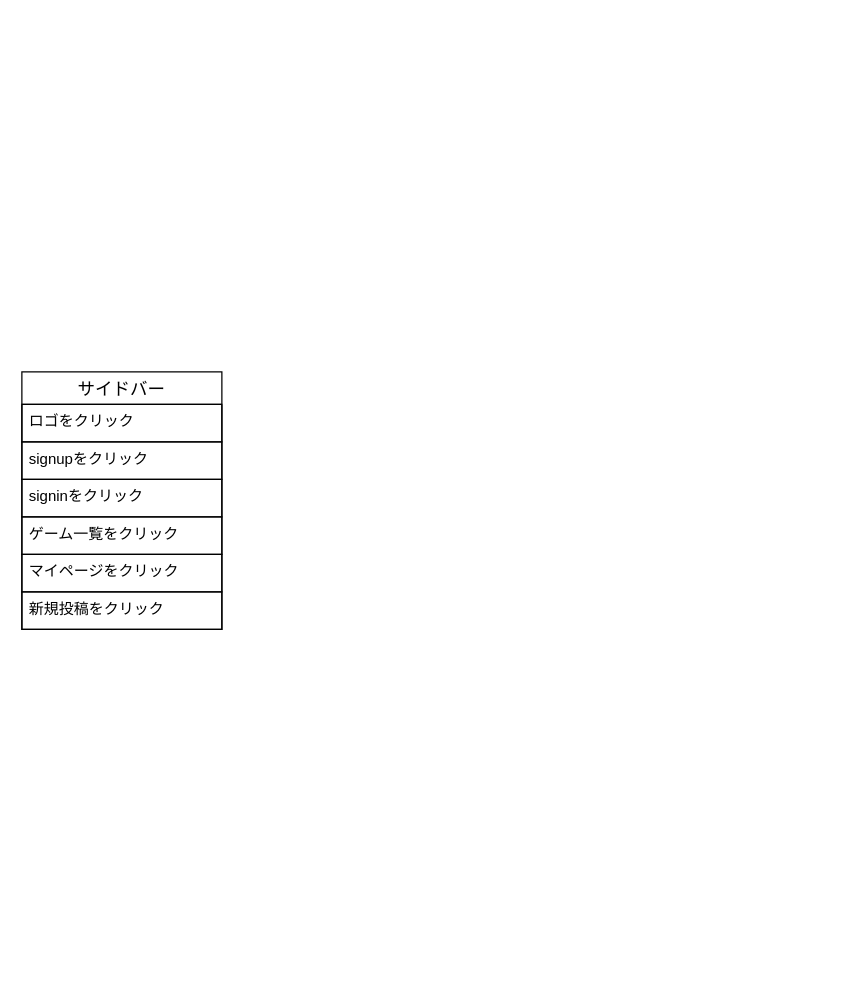
The draw.io diagram GRG.drawio in kuropAqn/grg, before the edit. Source tidied: cells renumbered, new cells numbered last; positions are measured from the earlier drawing's top-left corner, leaving out a move shared by most shapes. Both pictures are drawn from the tidied source at 125%, with x=0, y=0 at pixel (21, 371).
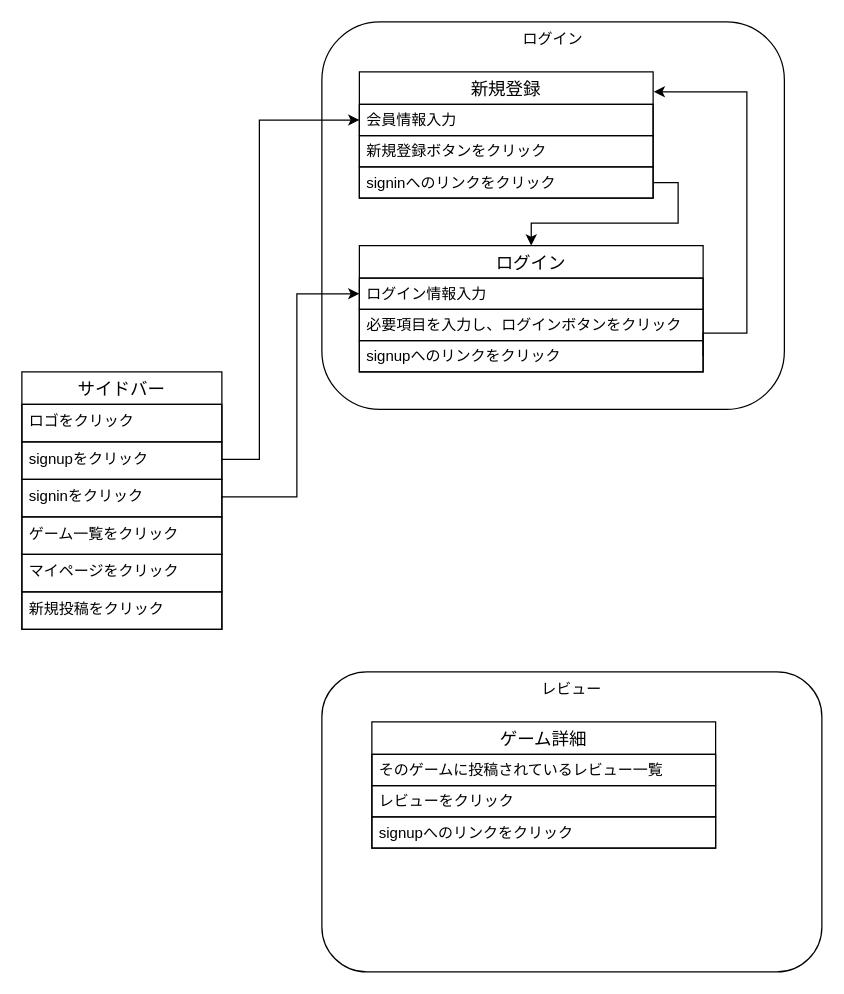
The same page after the edit.

Commit message:
GRG.drawio を更新します

Unchanged cells that the change refers to:
```xml
<mxCell id="4" value="signupをクリック" style="text;strokeColor=default;fillColor=none;spacingLeft=4;spacingRight=4;overflow=hidden;points=[[0,0.5],[1,0.5]];portConstraint=eastwest;fontSize=12;whiteSpace=wrap;html=1;" parent="2" vertex="1">
  <mxGeometry y="56" width="160" height="30" as="geometry" />
</mxCell>
<mxCell id="5" value="signinをクリック" style="text;strokeColor=default;fillColor=none;spacingLeft=4;spacingRight=4;overflow=hidden;points=[[0,0.5],[1,0.5]];portConstraint=eastwest;fontSize=12;whiteSpace=wrap;html=1;" parent="2" vertex="1">
  <mxGeometry y="86" width="160" height="30" as="geometry" />
</mxCell>
```

Diff of the diagram source:
```diff
@@
+    <mxCell id="9" value="ログイン" style="whiteSpace=wrap;html=1;verticalAlign=top;align=center;rounded=1;" parent="1" vertex="1">
+      <mxGeometry x="240" y="-280" width="370" height="310" as="geometry" />
+    </mxCell>
+    <mxCell id="10" value="新規登録" style="swimlane;fontStyle=0;horizontal=1;startSize=26;align=center;fontSize=14;" parent="1" vertex="1">
+      <mxGeometry x="270" y="-240" width="235" height="101" as="geometry" />
+    </mxCell>
+    <mxCell id="11" value="会員情報入力" style="text;strokeColor=default;fillColor=none;spacingLeft=4;spacingRight=4;overflow=hidden;points=[[0,0.5],[1,0.5]];portConstraint=eastwest;fontSize=12;whiteSpace=wrap;html=1;verticalAlign=middle;align=left;" parent="10" vertex="1">
+      <mxGeometry y="26" width="235" height="25" as="geometry" />
+    </mxCell>
+    <mxCell id="12" value="新規登録ボタンをクリック" style="text;strokeColor=default;fillColor=none;spacingLeft=4;spacingRight=4;overflow=hidden;fontSize=12;whiteSpace=wrap;html=1;verticalAlign=middle;align=left;" parent="10" vertex="1">
+      <mxGeometry y="51" width="235" height="25" as="geometry" />
+    </mxCell>
+    <mxCell id="13" value="signinへのリンクをクリック" style="text;strokeColor=default;fillColor=none;spacingLeft=4;spacingRight=4;overflow=hidden;points=[[0,0.5],[1,0.5]];portConstraint=eastwest;fontSize=12;whiteSpace=wrap;html=1;verticalAlign=middle;align=left;" parent="10" vertex="1">
+      <mxGeometry y="76" width="235" height="25" as="geometry" />
+    </mxCell>
+    <mxCell id="14" value="ログイン" style="swimlane;fontStyle=0;horizontal=1;startSize=26;align=center;fontSize=14;" parent="1" vertex="1">
+      <mxGeometry x="270" y="-101" width="275" height="101" as="geometry" />
+    </mxCell>
+    <mxCell id="15" value="ログイン情報入力" style="text;strokeColor=default;fillColor=none;spacingLeft=4;spacingRight=4;overflow=hidden;points=[[0,0.5],[1,0.5]];portConstraint=eastwest;fontSize=12;whiteSpace=wrap;html=1;verticalAlign=middle;align=left;" parent="14" vertex="1">
+      <mxGeometry y="26" width="275" height="25" as="geometry" />
+    </mxCell>
+    <mxCell id="16" value="必要項目を入力し、ログインボタンをクリック" style="text;strokeColor=default;fillColor=none;spacingLeft=4;spacingRight=4;overflow=hidden;fontSize=12;whiteSpace=wrap;html=1;verticalAlign=middle;align=left;" parent="14" vertex="1">
+      <mxGeometry y="51" width="275" height="25" as="geometry" />
+    </mxCell>
+    <mxCell id="17" value="signupへのリンクをクリック" style="text;strokeColor=default;fillColor=none;spacingLeft=4;spacingRight=4;overflow=hidden;points=[[0,0.5],[1,0.5]];portConstraint=eastwest;fontSize=12;whiteSpace=wrap;html=1;verticalAlign=middle;align=left;" parent="14" vertex="1">
+      <mxGeometry y="76" width="275" height="25" as="geometry" />
+    </mxCell>
+    <mxCell id="18" style="edgeStyle=orthogonalEdgeStyle;rounded=0;jettySize=auto;html=1;exitX=1;exitY=0.5;exitDx=0;exitDy=0;entryX=0;entryY=0.5;entryDx=0;entryDy=0;" parent="1" edge="1" source="4" target="11">
+      <mxGeometry relative="1" as="geometry">
+        <Array as="points">
+          <mxPoint x="190" y="70" />
+          <mxPoint x="190" y="-201" />
+        </Array>
+      </mxGeometry>
+    </mxCell>
+    <mxCell id="19" style="edgeStyle=orthogonalEdgeStyle;rounded=0;jettySize=auto;html=1;exitX=1;exitY=0.5;exitDx=0;exitDy=0;entryX=0;entryY=0.5;entryDx=0;entryDy=0;" parent="1" edge="1" source="5" target="15">
+      <mxGeometry relative="1" as="geometry">
+        <Array as="points">
+          <mxPoint x="220" y="100" />
+          <mxPoint x="220" y="-62" />
+        </Array>
+      </mxGeometry>
+    </mxCell>
+    <mxCell id="20" style="edgeStyle=orthogonalEdgeStyle;rounded=0;jettySize=auto;html=1;exitX=1;exitY=0.5;exitDx=0;exitDy=0;entryX=0.5;entryY=0;entryDx=0;entryDy=0;" parent="1" edge="1" source="13" target="14">
+      <mxGeometry relative="1" as="geometry" />
+    </mxCell>
+    <mxCell id="21" style="edgeStyle=orthogonalEdgeStyle;rounded=0;jettySize=auto;html=1;exitX=1;exitY=0.5;exitDx=0;exitDy=0;entryX=1.002;entryY=0.158;entryDx=0;entryDy=0;entryPerimeter=0;" parent="1" edge="1" source="17" target="10">
+      <mxGeometry relative="1" as="geometry">
+        <Array as="points">
+          <mxPoint x="545" y="-31" />
+          <mxPoint x="580" y="-31" />
+          <mxPoint x="580" y="-224" />
+        </Array>
+      </mxGeometry>
+    </mxCell>
+    <mxCell id="22" value="レビュー" style="rounded=1;whiteSpace=wrap;html=1;verticalAlign=top;" parent="1" vertex="1">
+      <mxGeometry x="240" y="240" width="400" height="240" as="geometry" />
+    </mxCell>
+    <mxCell id="23" value="ゲーム詳細" style="swimlane;fontStyle=0;horizontal=1;startSize=26;align=center;fontSize=14;" parent="1" vertex="1">
+      <mxGeometry x="280" y="280" width="275" height="101" as="geometry" />
+    </mxCell>
+    <mxCell id="24" value="そのゲームに投稿されているレビュー一覧" style="text;strokeColor=default;fillColor=none;spacingLeft=4;spacingRight=4;overflow=hidden;fontSize=12;whiteSpace=wrap;html=1;verticalAlign=middle;align=left;" parent="23" vertex="1">
+      <mxGeometry y="26" width="275" height="25" as="geometry" />
+    </mxCell>
+    <mxCell id="25" value="レビューをクリック" style="text;strokeColor=default;fillColor=none;spacingLeft=4;spacingRight=4;overflow=hidden;fontSize=12;whiteSpace=wrap;html=1;verticalAlign=middle;align=left;" parent="23" vertex="1">
+      <mxGeometry y="51" width="275" height="25" as="geometry" />
+    </mxCell>
+    <mxCell id="26" value="signupへのリンクをクリック" style="text;strokeColor=default;fillColor=none;spacingLeft=4;spacingRight=4;overflow=hidden;fontSize=12;whiteSpace=wrap;html=1;verticalAlign=middle;align=left;" parent="23" vertex="1">
+      <mxGeometry y="76" width="275" height="25" as="geometry" />
+    </mxCell>
```
